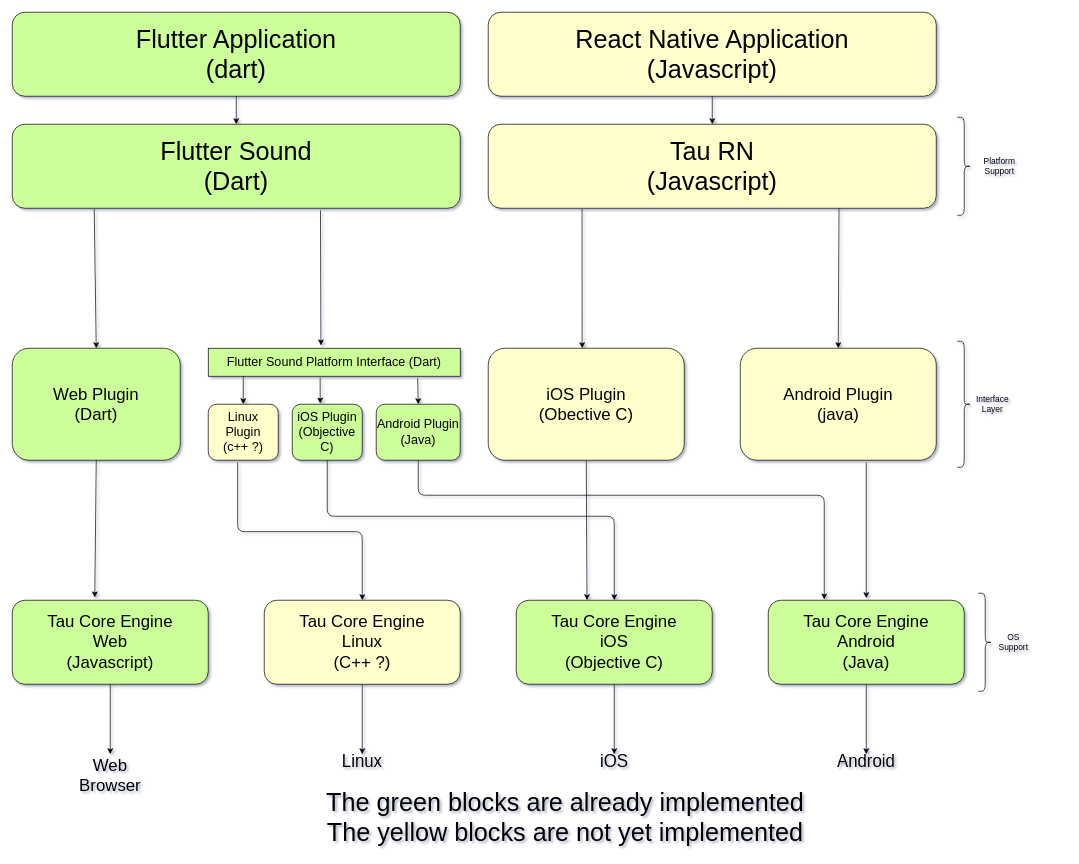
The draw.io diagram doc/tau/architecture.drawio in Canardoux/flutter_sound, before the edit. Source tidied: cells renumbered, new cells numbered last; positions are measured from the earlier drawing's top-left corner, leaving out a move shared by most shapes. Both pictures are drawn from the tidied source at 70%, with x=0, y=0 at pixel (12, 12).
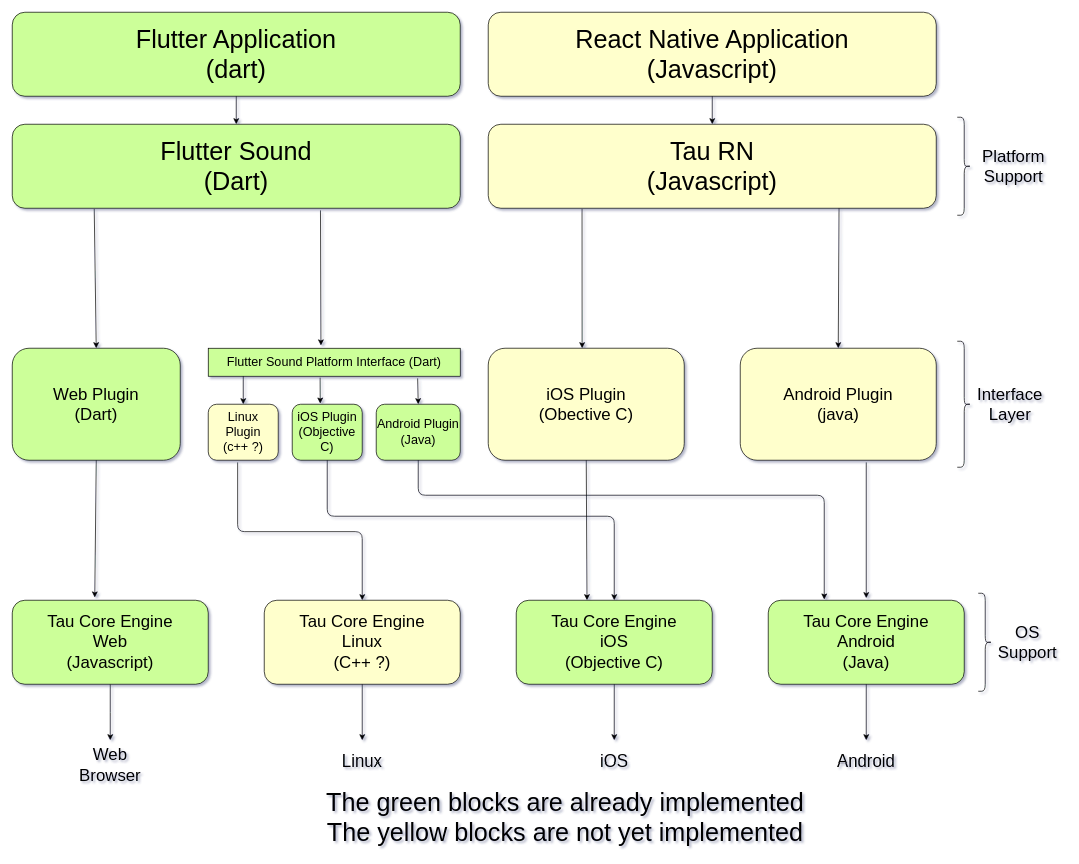
The same diagram, later.

The change refers to these unchanged cells:
```xml
<mxCell id="7" value="&lt;font style=&quot;font-size: 24px&quot;&gt;Tau Core Engine&lt;br&gt;Web&lt;br&gt;(Javascript)&lt;/font&gt;" style="rounded=1;whiteSpace=wrap;html=1;fillColor=#CCFF99;" parent="1" vertex="1">
  <mxGeometry y="840" width="280" height="120" as="geometry" />
</mxCell>
<mxCell id="8" value="&lt;font&gt;&lt;font style=&quot;font-size: 24px&quot;&gt;Tau Core Engine&lt;br&gt;Linux&lt;br&gt;(C++ ?)&lt;/font&gt;&lt;br&gt;&lt;/font&gt;" style="rounded=1;whiteSpace=wrap;html=1;fillColor=#FFFFCC;" parent="1" vertex="1">
  <mxGeometry x="360" y="840" width="280" height="120" as="geometry" />
</mxCell>
<mxCell id="9" value="&lt;font&gt;&lt;font style=&quot;font-size: 24px&quot;&gt;Tau Core Engine&lt;br&gt;iOS&lt;br&gt;(Objective C)&lt;/font&gt;&lt;br&gt;&lt;/font&gt;" style="rounded=1;whiteSpace=wrap;html=1;fillColor=#CCFF99;" parent="1" vertex="1">
  <mxGeometry x="720" y="840" width="280" height="120" as="geometry" />
</mxCell>
<mxCell id="10" value="&lt;font style=&quot;font-size: 24px&quot;&gt;Tau Core Engine&lt;br&gt;Android&lt;br&gt;(Java)&lt;/font&gt;" style="rounded=1;whiteSpace=wrap;html=1;fillColor=#CCFF99;" parent="1" vertex="1">
  <mxGeometry x="1080" y="840" width="280" height="120" as="geometry" />
</mxCell>
```

The edit, as a diff of the source:
```diff
@@
     <mxCell id="6" style="edgeStyle=orthogonalEdgeStyle;rounded=0;jettySize=auto;html=1;exitX=0.5;exitY=1;exitDx=0;exitDy=0;" parent="1" edge="1" source="7">
       <mxGeometry relative="1" as="geometry">
-        <mxPoint x="140" y="1060" as="targetPoint" />
+        <mxPoint x="140" y="1040" as="targetPoint" />
       </mxGeometry>
     </mxCell>
@@
     <mxCell id="19" value="&lt;font style=&quot;font-size: 24px&quot;&gt;Web Browser&lt;/font&gt;" style="text;html=1;strokeColor=none;fillColor=none;align=center;verticalAlign=middle;whiteSpace=wrap;rounded=0;" parent="1" vertex="1">
-      <mxGeometry x="100" y="1080" width="80" height="20" as="geometry" />
+      <mxGeometry x="100" y="1070" width="80" height="10" as="geometry" />
     </mxCell>
     <mxCell id="20" style="endArrow=classic;html=1;exitX=0.5;exitY=1;exitDx=0;exitDy=0;" parent="1" edge="1" source="8">
       <mxGeometry relative="1" as="geometry">
-        <mxPoint x="500" y="1060" as="targetPoint" />
+        <mxPoint x="500" y="1040" as="targetPoint" />
       </mxGeometry>
     </mxCell>
@@
     <mxCell id="22" style="endArrow=classic;html=1;exitX=0.5;exitY=1;exitDx=0;exitDy=0;" parent="1" edge="1" source="10">
       <mxGeometry relative="1" as="geometry">
-        <mxPoint x="1220" y="1060" as="targetPoint" />
+        <mxPoint x="1220" y="1040" as="targetPoint" />
       </mxGeometry>
     </mxCell>
     <mxCell id="23" style="endArrow=classic;html=1;exitX=0.5;exitY=1;exitDx=0;exitDy=0;" parent="1" edge="1" source="9">
       <mxGeometry relative="1" as="geometry">
-        <mxPoint x="860" y="1060" as="targetPoint" />
+        <mxPoint x="860" y="1040" as="targetPoint" />
       </mxGeometry>
     </mxCell>
@@
-    <mxCell id="44" value="Platform&lt;br&gt;Support" style="text;html=1;align=center;verticalAlign=middle;" parent="1" vertex="1">
-      <mxGeometry x="1380" y="205" width="60" height="30" as="geometry" />
+    <mxCell id="44" value="&lt;font style=&quot;font-size: 24px&quot;&gt;Platform&lt;br&gt;Support&lt;/font&gt;" style="text;html=1;align=center;verticalAlign=middle;" parent="1" vertex="1">
+      <mxGeometry x="1380" y="200" width="100" height="40" as="geometry" />
     </mxCell>
-    <mxCell id="45" value="Interface&lt;br&gt;Layer" style="text;html=1;align=center;verticalAlign=middle;" parent="1" vertex="1">
-      <mxGeometry x="1370" y="545" width="60" height="30" as="geometry" />
+    <mxCell id="45" value="&lt;font style=&quot;font-size: 24px&quot;&gt;Interface&lt;br&gt;Layer&lt;/font&gt;" style="text;html=1;align=center;verticalAlign=middle;" parent="1" vertex="1">
+      <mxGeometry x="1370" y="540" width="110" height="40" as="geometry" />
     </mxCell>
-    <mxCell id="46" value="OS&lt;br&gt;Support" style="text;html=1;align=center;verticalAlign=middle;" parent="1" vertex="1">
-      <mxGeometry x="1400" y="885" width="60" height="30" as="geometry" />
+    <mxCell id="46" value="&lt;font style=&quot;font-size: 24px&quot;&gt;OS&lt;br&gt;Support&lt;/font&gt;" style="text;html=1;align=center;verticalAlign=middle;" parent="1" vertex="1">
+      <mxGeometry x="1400" y="880" width="100" height="40" as="geometry" />
     </mxCell>
```
